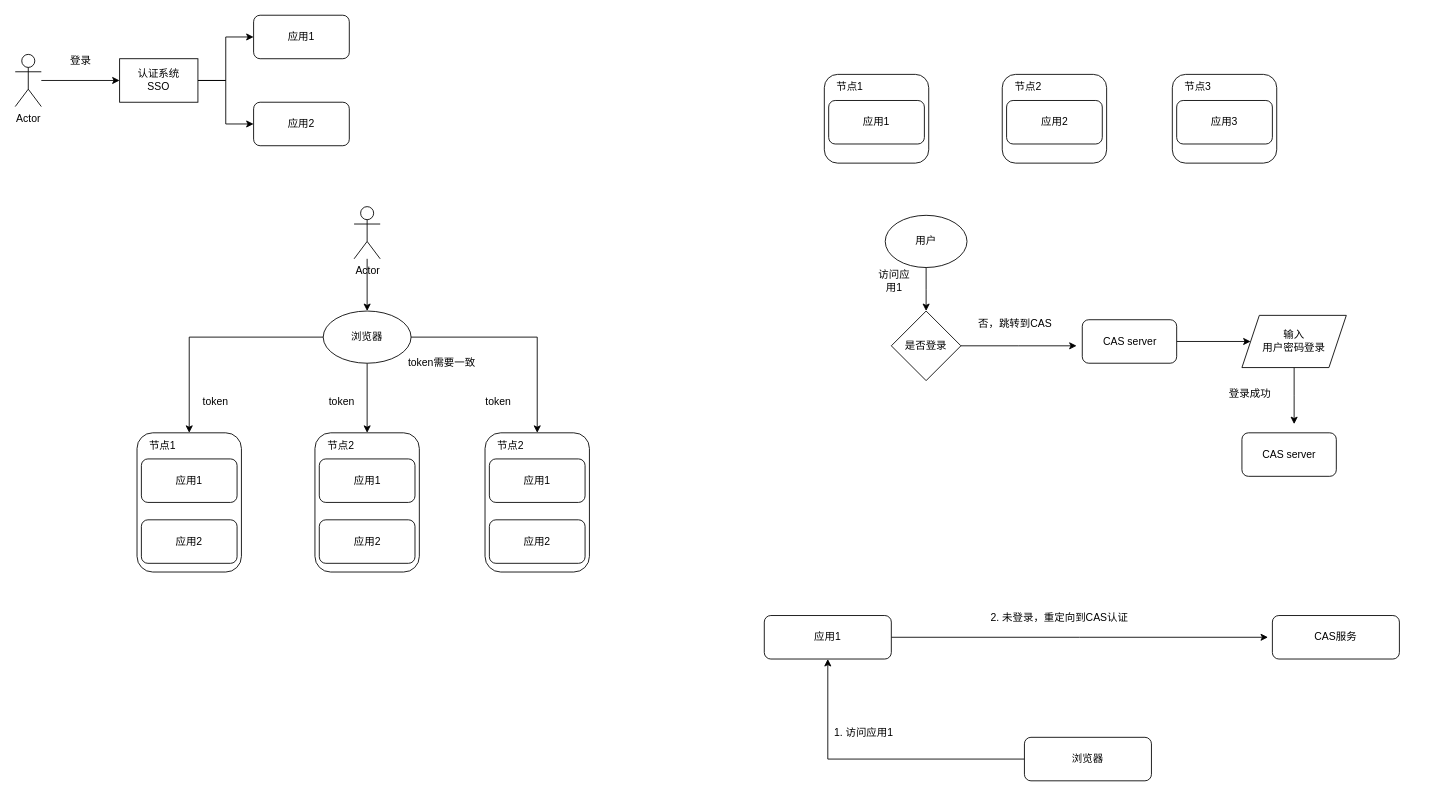
Before: cas跨域单点登录.drawio in Rodma1/draw, a draw.io diagram. Source tidied: cells renumbered, new cells numbered last; positions are measured from the earlier drawing's top-left corner, leaving out a move shared by most shapes. Both pictures are drawn from the tidied source at 87%, with x=0, y=0 at pixel (15, 15).
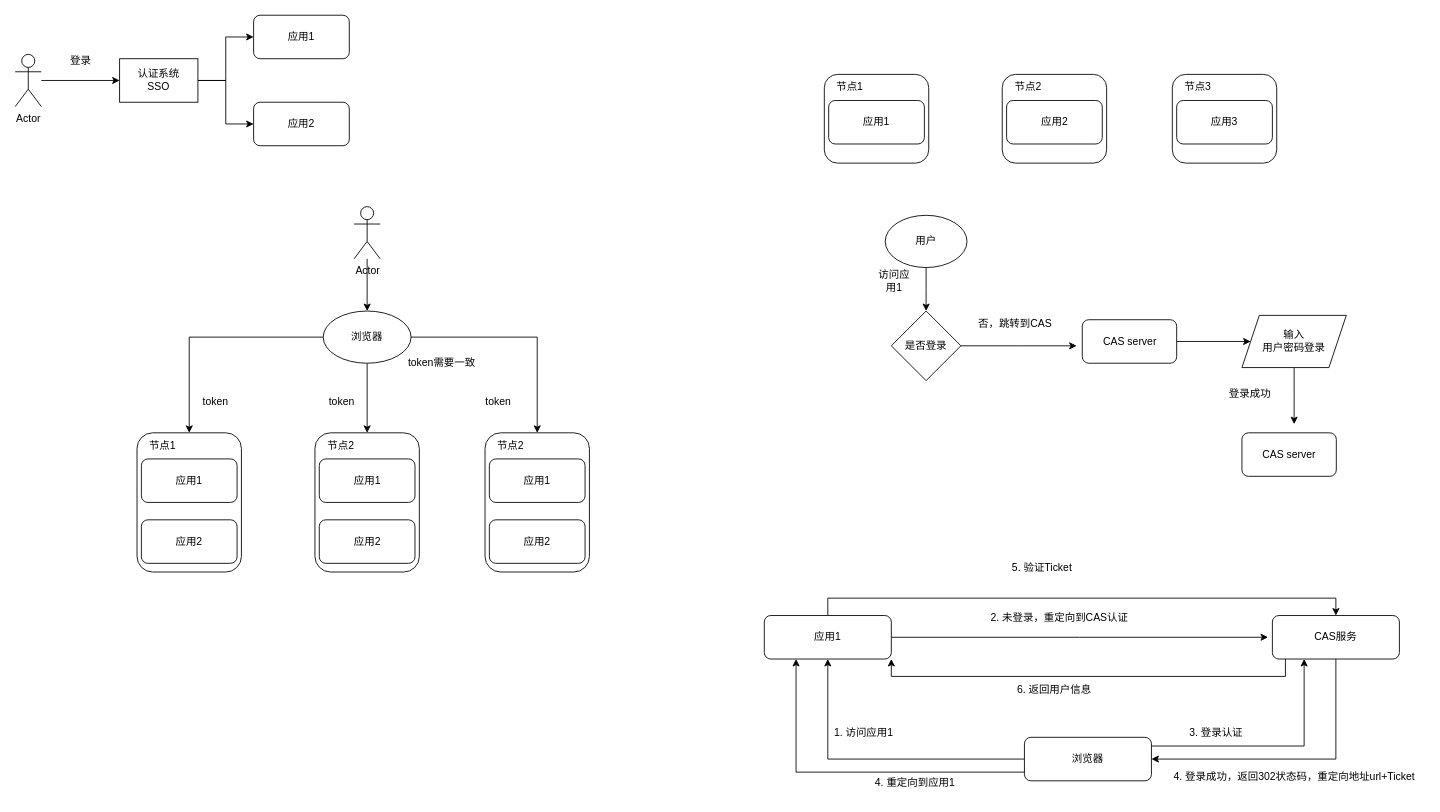
After the change.

Commit message:
更新cas跨域单点登录.drawio

Unchanged cells that the change refers to:
```xml
<mxCell id="54" value="应用1" style="rounded=1;whiteSpace=wrap;html=1;" parent="1" vertex="1">
  <mxGeometry x="861" y="690" width="146" height="50" as="geometry" />
</mxCell>
<mxCell id="55" value="CAS服务" style="rounded=1;whiteSpace=wrap;html=1;" parent="1" vertex="1">
  <mxGeometry x="1445" y="690" width="146" height="50" as="geometry" />
</mxCell>
<mxCell id="57" value="浏览器" style="rounded=1;whiteSpace=wrap;html=1;" parent="1" vertex="1">
  <mxGeometry x="1160" y="830" width="146" height="50" as="geometry" />
</mxCell>
```

Diff of the diagram source:
```diff
@@
+    <mxCell id="60" style="edgeStyle=orthogonalEdgeStyle;rounded=0;jettySize=auto;html=1;entryX=0.5;entryY=0;entryDx=0;entryDy=0;" parent="1" edge="1" source="54" target="55">
+      <mxGeometry relative="1" as="geometry">
+        <Array as="points">
+          <mxPoint x="934" y="670" />
+          <mxPoint x="1518" y="670" />
+        </Array>
+      </mxGeometry>
+    </mxCell>
@@
+    <mxCell id="61" style="edgeStyle=orthogonalEdgeStyle;rounded=0;jettySize=auto;html=1;entryX=1;entryY=0.5;entryDx=0;entryDy=0;" parent="1" edge="1" source="55" target="57">
+      <mxGeometry relative="1" as="geometry">
+        <Array as="points">
+          <mxPoint x="1518" y="855" />
+        </Array>
+      </mxGeometry>
+    </mxCell>
+    <mxCell id="62" style="edgeStyle=orthogonalEdgeStyle;rounded=0;jettySize=auto;html=1;entryX=1;entryY=1;entryDx=0;entryDy=0;" parent="1" edge="1" source="55" target="54">
+      <mxGeometry relative="1" as="geometry">
+        <Array as="points">
+          <mxPoint x="1460" y="760" />
+          <mxPoint x="1007" y="760" />
+        </Array>
+      </mxGeometry>
+    </mxCell>
@@
+    <mxCell id="63" style="edgeStyle=orthogonalEdgeStyle;rounded=0;jettySize=auto;html=1;entryX=0.25;entryY=1;entryDx=0;entryDy=0;" parent="1" edge="1" source="57" target="55">
+      <mxGeometry relative="1" as="geometry">
+        <Array as="points">
+          <mxPoint x="1482" y="840" />
+        </Array>
+      </mxGeometry>
+    </mxCell>
+    <mxCell id="64" style="edgeStyle=orthogonalEdgeStyle;rounded=0;jettySize=auto;html=1;entryX=0.25;entryY=1;entryDx=0;entryDy=0;" parent="1" edge="1" source="57" target="54">
+      <mxGeometry relative="1" as="geometry">
+        <Array as="points">
+          <mxPoint x="898" y="870" />
+        </Array>
+      </mxGeometry>
+    </mxCell>
@@
+    <mxCell id="65" value="3. 登录认证" style="text;html=1;align=center;verticalAlign=middle;strokeColor=none;fillColor=none;" parent="1" vertex="1">
+      <mxGeometry x="1340" y="810" width="80" height="30" as="geometry" />
+    </mxCell>
+    <mxCell id="66" value="4. 登录成功，返回302状态码，重定向地址url+Ticket" style="text;html=1;align=center;verticalAlign=middle;strokeColor=none;fillColor=none;" parent="1" vertex="1">
+      <mxGeometry x="1320" y="860" width="300" height="30" as="geometry" />
+    </mxCell>
+    <mxCell id="67" value="4. 重定向到应用1" style="text;html=1;align=center;verticalAlign=middle;strokeColor=none;fillColor=none;" parent="1" vertex="1">
+      <mxGeometry x="974" y="868" width="120" height="30" as="geometry" />
+    </mxCell>
+    <mxCell id="68" value="5. 验证Ticket" style="text;html=1;align=center;verticalAlign=middle;strokeColor=none;fillColor=none;" parent="1" vertex="1">
+      <mxGeometry x="1134.5" y="620" width="90" height="30" as="geometry" />
+    </mxCell>
+    <mxCell id="69" value="6. 返回用户信息" style="text;html=1;align=center;verticalAlign=middle;strokeColor=none;fillColor=none;" parent="1" vertex="1">
+      <mxGeometry x="1138.5" y="760" width="110" height="30" as="geometry" />
+    </mxCell>
```
